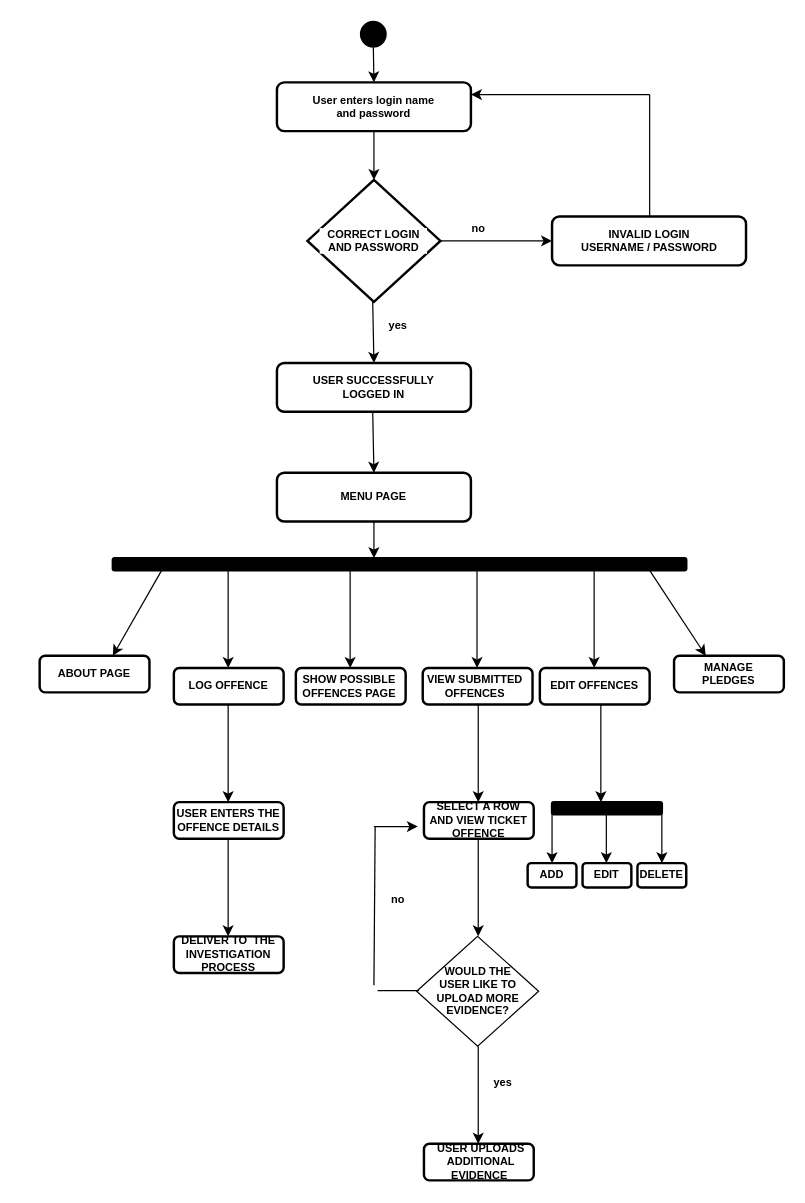
Earlier version of the draw.io diagram page "ActivityDiagram" (3 of 5) of ArchitectureDiagram.drawio (OOPS-2022/student_support_system). Source tidied: cells renumbered, new cells numbered last; positions are measured from the earlier drawing's top-left corner, leaving out a move shared by most shapes. Both pictures are drawn from the tidied source at 122%, with x=0, y=0 at pixel (21, 22).
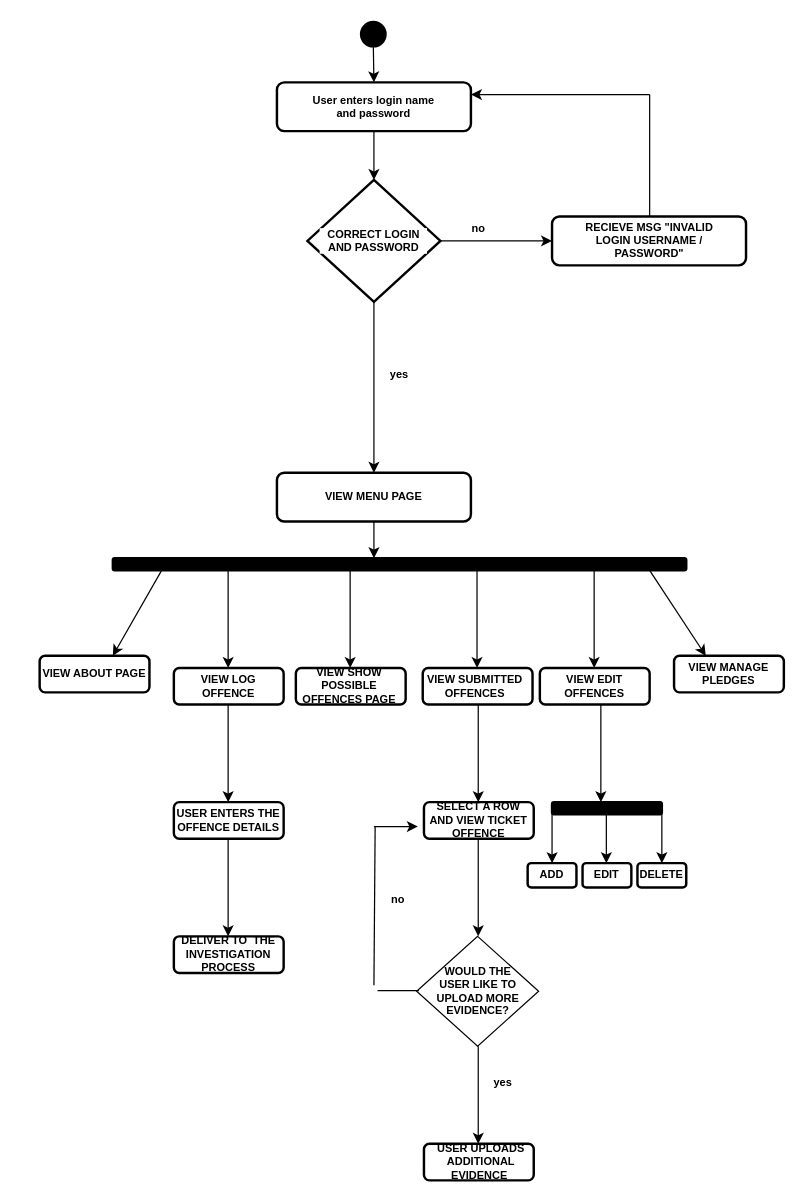
The same page after the edit.

Unchanged cells that the change refers to:
```xml
<mxCell id="6" style="rhombus;whiteSpace=wrap;html=1;labelBackgroundColor=#FFFFFF;fontFamily=Helvetica;fontSize=12;strokeWidth=2;" parent="1" vertex="1">
  <mxGeometry x="234.5" y="129" width="109" height="100" as="geometry" />
</mxCell>
```

Diff of the diagram source:
```diff
@@
-    <mxCell id="10" value="INVALID LOGIN USERNAME / PASSWORD" style="text;html=1;strokeColor=none;fillColor=none;align=center;verticalAlign=middle;whiteSpace=wrap;rounded=0;labelBackgroundColor=#FFFFFF;fontFamily=Helvetica;fontSize=9;fontColor=#000000;fontStyle=1;" parent="1" vertex="1">
+    <mxCell id="10" value="RECIEVE MSG &quot;INVALID LOGIN USERNAME / PASSWORD&quot;" style="text;html=1;strokeColor=none;fillColor=none;align=center;verticalAlign=middle;whiteSpace=wrap;rounded=0;labelBackgroundColor=#FFFFFF;fontFamily=Helvetica;fontSize=9;fontColor=#000000;fontStyle=1;" parent="1" vertex="1">
       <mxGeometry x="454.5" y="164" width="120" height="30" as="geometry" />
     </mxCell>
@@
-    <mxCell id="12" style="endArrow=classic;html=1;rounded=0;fontFamily=Helvetica;fontSize=9;fontColor=#000000;strokeWidth=1;entryX=0;entryY=1;entryDx=0;entryDy=0;" parent="1" edge="1">
-      <mxGeometry relative="1" as="geometry">
-        <mxPoint x="288" y="229" as="sourcePoint" />
-        <mxPoint x="289" y="279" as="targetPoint" />
-      </mxGeometry>
-    </mxCell>
-    <mxCell id="13" style="rounded=1;whiteSpace=wrap;html=1;labelBackgroundColor=#FFFFFF;fontFamily=Tahoma;fontSize=10;strokeWidth=2;" parent="1" vertex="1">
-      <mxGeometry x="209.5" y="279" width="159" height="40" as="geometry" />
-    </mxCell>
-    <mxCell id="14" value="USER SUCCESSFULLY LOGGED IN" style="text;html=1;strokeColor=none;fillColor=none;align=center;verticalAlign=middle;whiteSpace=wrap;rounded=0;labelBackgroundColor=#FFFFFF;fontFamily=Helvetica;fontSize=9;fontColor=#000000;fontStyle=1;" parent="1" vertex="1">
-      <mxGeometry x="229" y="284" width="120" height="30" as="geometry" />
-    </mxCell>
-    <mxCell id="15" style="endArrow=classic;html=1;rounded=0;fontFamily=Helvetica;fontSize=9;fontColor=#000000;strokeWidth=1;entryX=0;entryY=1;entryDx=0;entryDy=0;" parent="1" edge="1">
+    <mxCell id="15" style="endArrow=classic;html=1;rounded=0;fontFamily=Helvetica;fontSize=9;fontColor=#000000;strokeWidth=1;entryX=0;entryY=1;entryDx=0;entryDy=0;exitX=0.5;exitY=1;exitDx=0;exitDy=0;" parent="1" edge="1" source="6">
       <mxGeometry relative="1" as="geometry">
-        <mxPoint x="288" y="319" as="sourcePoint" />
         <mxPoint x="289" y="369" as="targetPoint" />
       </mxGeometry>
     </mxCell>
     <mxCell id="16" value="yes" style="text;html=1;strokeColor=none;fillColor=none;align=center;verticalAlign=middle;whiteSpace=wrap;rounded=0;labelBackgroundColor=#FFFFFF;fontFamily=Helvetica;fontSize=9;fontColor=#000000;fontStyle=1;" parent="1" vertex="1">
-      <mxGeometry x="289" y="239" width="40" height="20" as="geometry" />
+      <mxGeometry x="290" y="279" width="40" height="20" as="geometry" />
     </mxCell>
@@
-    <mxCell id="18" value="MENU PAGE" style="text;html=1;strokeColor=none;fillColor=none;align=center;verticalAlign=middle;whiteSpace=wrap;rounded=0;labelBackgroundColor=#FFFFFF;fontFamily=Helvetica;fontSize=9;fontColor=#000000;fontStyle=1;" parent="1" vertex="1">
-      <mxGeometry x="229" y="374" width="120" height="30" as="geometry" />
-    </mxCell>
@@
-    <mxCell id="32" value="ABOUT PAGE" style="text;html=1;strokeColor=none;fillColor=none;align=center;verticalAlign=middle;whiteSpace=wrap;rounded=0;labelBackgroundColor=#FFFFFF;fontFamily=Helvetica;fontSize=9;fontColor=#000000;fontStyle=1;" parent="1" vertex="1">
+    <mxCell id="32" value="VIEW ABOUT PAGE" style="text;html=1;strokeColor=none;fillColor=none;align=center;verticalAlign=middle;whiteSpace=wrap;rounded=0;labelBackgroundColor=#FFFFFF;fontFamily=Helvetica;fontSize=9;fontColor=#000000;fontStyle=1;" parent="1" vertex="1">
       <mxGeometry y="519" width="120" height="30" as="geometry" />
     </mxCell>
@@
-    <mxCell id="38" value="LOG OFFENCE" style="text;html=1;strokeColor=none;fillColor=none;align=center;verticalAlign=middle;whiteSpace=wrap;rounded=0;fontStyle=1;fontFamily=Helvetica;fontSize=9;" parent="1" vertex="1">
+    <mxCell id="38" value="VIEW LOG OFFENCE" style="text;html=1;strokeColor=none;fillColor=none;align=center;verticalAlign=middle;whiteSpace=wrap;rounded=0;fontStyle=1;fontFamily=Helvetica;fontSize=9;" parent="1" vertex="1">
       <mxGeometry x="125" y="529" width="90" height="30" as="geometry" />
     </mxCell>
-    <mxCell id="39" value="SHOW POSSIBLE OFFENCES PAGE" style="text;html=1;strokeColor=none;fillColor=none;align=center;verticalAlign=middle;whiteSpace=wrap;rounded=0;fontStyle=1;fontFamily=Helvetica;fontSize=9;" parent="1" vertex="1">
+    <mxCell id="39" value="VIEW SHOW POSSIBLE OFFENCES PAGE" style="text;html=1;strokeColor=none;fillColor=none;align=center;verticalAlign=middle;whiteSpace=wrap;rounded=0;fontStyle=1;fontFamily=Helvetica;fontSize=9;" parent="1" vertex="1">
       <mxGeometry x="229" y="524" width="80" height="40" as="geometry" />
     </mxCell>
@@
-    <mxCell id="41" value="EDIT OFFENCES" style="text;html=1;strokeColor=none;fillColor=none;align=center;verticalAlign=middle;whiteSpace=wrap;rounded=0;fontStyle=1;fontFamily=Helvetica;fontSize=9;" parent="1" vertex="1">
+    <mxCell id="41" value="VIEW EDIT OFFENCES" style="text;html=1;strokeColor=none;fillColor=none;align=center;verticalAlign=middle;whiteSpace=wrap;rounded=0;fontStyle=1;fontFamily=Helvetica;fontSize=9;" parent="1" vertex="1">
       <mxGeometry x="425" y="529" width="90" height="30" as="geometry" />
     </mxCell>
-    <mxCell id="42" value="MANAGE&lt;br style=&quot;font-size: 9px;&quot;&gt;PLEDGES" style="text;html=1;strokeColor=none;fillColor=none;align=center;verticalAlign=middle;whiteSpace=wrap;rounded=0;fontStyle=1;fontFamily=Helvetica;fontSize=9;" parent="1" vertex="1">
+    <mxCell id="42" value="VIEW MANAGE&lt;br style=&quot;font-size: 9px&quot;&gt;PLEDGES" style="text;html=1;strokeColor=none;fillColor=none;align=center;verticalAlign=middle;whiteSpace=wrap;rounded=0;fontStyle=1;fontFamily=Helvetica;fontSize=9;" parent="1" vertex="1">
       <mxGeometry x="535" y="519" width="90" height="30" as="geometry" />
     </mxCell>
@@
+    <mxCell id="74" value="VIEW MENU PAGE" style="text;html=1;strokeColor=none;fillColor=none;align=center;verticalAlign=middle;whiteSpace=wrap;rounded=0;labelBackgroundColor=#FFFFFF;fontFamily=Helvetica;fontSize=9;fontColor=#000000;fontStyle=1;" parent="1" vertex="1">
+      <mxGeometry x="229" y="374" width="120" height="30" as="geometry" />
+    </mxCell>
```
